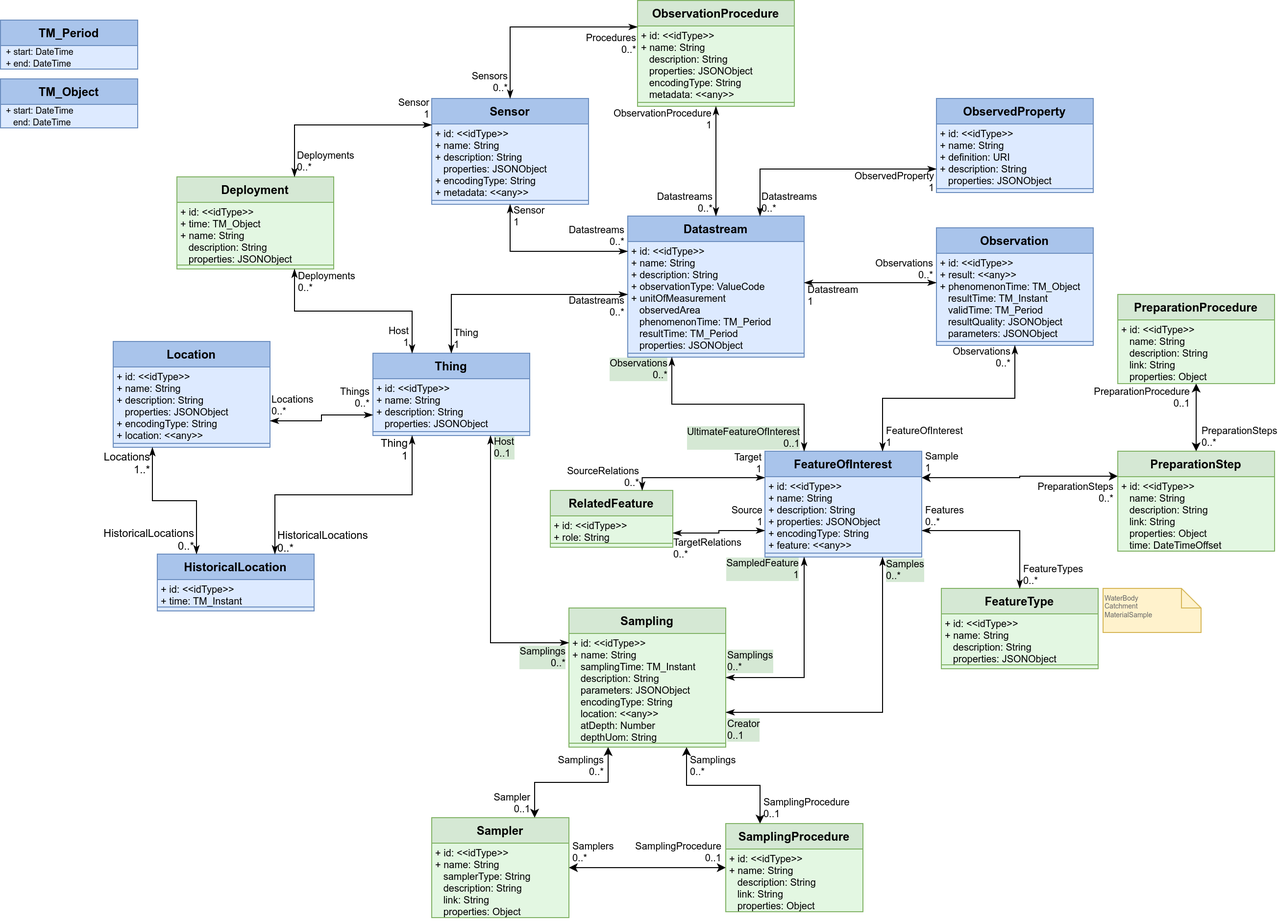
hylkevds/FROST-Server.Plugin.WaterQualityIE keeps this draw.io diagram as Datamodel-SensorThingsApi-WaterQualityIE.drawio.png. Above is the earlier version. Source tidied: cells renumbered, new cells last; positions are measured from the earlier drawing's top-left corner, leaving out a move shared by most shapes.
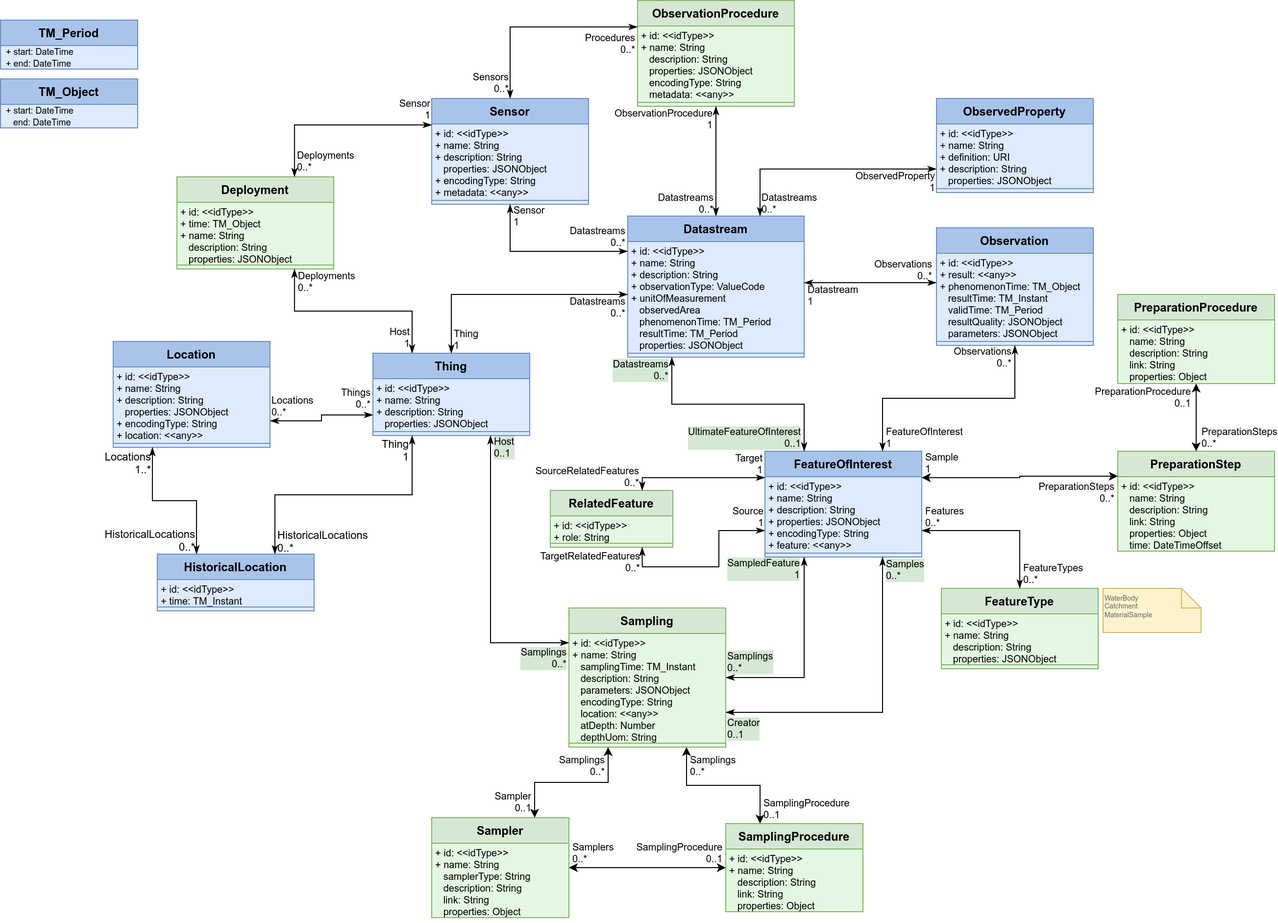
Above is the later version.

What changed in the source:
```diff
@@ -297,7 +297,7 @@
         <mxPoint x="-3" y="-32" as="offset" />
       </mxGeometry>
     </mxCell>
-    <mxCell id="89" value="&lt;div&gt;Observations&lt;/div&gt;&lt;div&gt;0..*&lt;br&gt;&lt;/div&gt;" style="edgeLabel;html=1;align=right;verticalAlign=bottom;labelBackgroundColor=#D5E8D4;fontSize=10;horizontal=1;spacing=2;" parent="87" vertex="1">
+    <mxCell id="89" value="&lt;div&gt;Datastreams&lt;/div&gt;&lt;div&gt;0..*&lt;br&gt;&lt;/div&gt;" style="edgeLabel;html=1;align=right;verticalAlign=bottom;labelBackgroundColor=#D5E8D4;fontSize=10;horizontal=1;spacing=2;" parent="87" vertex="1">
       <mxGeometry x="1" relative="1" as="geometry">
         <mxPoint x="-3" y="27" as="offset" />
       </mxGeometry>
@@ -543,12 +543,12 @@
         <mxPoint x="-2" as="offset" />
       </mxGeometry>
     </mxCell>
-    <mxCell id="159" value="&lt;div&gt;SourceRelations&lt;/div&gt;&lt;div&gt;0..*&lt;br&gt;&lt;/div&gt;" style="edgeLabel;html=1;align=right;verticalAlign=bottom;labelBackgroundColor=none;fontSize=10;horizontal=1;spacing=2;" parent="157" vertex="1">
+    <mxCell id="159" value="&lt;div&gt;SourceRelatedFeatures&lt;/div&gt;&lt;div&gt;0..*&lt;br&gt;&lt;/div&gt;" style="edgeLabel;html=1;align=right;verticalAlign=bottom;labelBackgroundColor=none;fontSize=10;horizontal=1;spacing=2;" parent="157" vertex="1">
       <mxGeometry x="1" relative="1" as="geometry">
         <mxPoint x="-2" as="offset" />
       </mxGeometry>
     </mxCell>
-    <mxCell id="160" style="endArrow=classicThin;html=1;edgeStyle=orthogonalEdgeStyle;rounded=0;fontSize=10;exitX=0;exitY=0.75;exitDx=0;exitDy=0;entryX=1;entryY=0.75;entryDx=0;entryDy=0;startArrow=classicThin;startFill=1;endFill=1;" parent="1" edge="1" source="76" target="153">
+    <mxCell id="160" style="endArrow=classicThin;html=1;edgeStyle=orthogonalEdgeStyle;rounded=0;fontSize=10;exitX=0;exitY=0.75;exitDx=0;exitDy=0;entryX=0.75;entryY=1;entryDx=0;entryDy=0;startArrow=classicThin;startFill=1;endFill=1;" parent="1" edge="1" source="76" target="153">
       <mxGeometry relative="1" as="geometry" />
     </mxCell>
     <mxCell id="161" value="&lt;div&gt;Source&lt;/div&gt;&lt;div&gt;1&lt;/div&gt;" style="edgeLabel;html=1;align=right;verticalAlign=bottom;labelBackgroundColor=none;fontSize=10;" parent="160" vertex="1">
@@ -556,7 +556,7 @@
         <mxPoint x="-1" as="offset" />
       </mxGeometry>
     </mxCell>
-    <mxCell id="162" value="&lt;div&gt;TargetRelations&lt;/div&gt;&lt;div&gt;0..*&lt;br&gt;&lt;/div&gt;" style="edgeLabel;html=1;align=left;verticalAlign=top;labelBackgroundColor=none;fontSize=10;horizontal=1;spacing=2;" parent="160" vertex="1">
+    <mxCell id="162" value="&lt;div&gt;TargetRelatedFeatures&lt;/div&gt;&lt;div&gt;0..*&lt;br&gt;&lt;/div&gt;" style="edgeLabel;html=1;align=right;verticalAlign=top;labelBackgroundColor=none;fontSize=10;horizontal=1;spacing=2;" parent="160" vertex="1">
       <mxGeometry x="1" relative="1" as="geometry">
         <mxPoint x="-1" y="-3" as="offset" />
       </mxGeometry>
```
